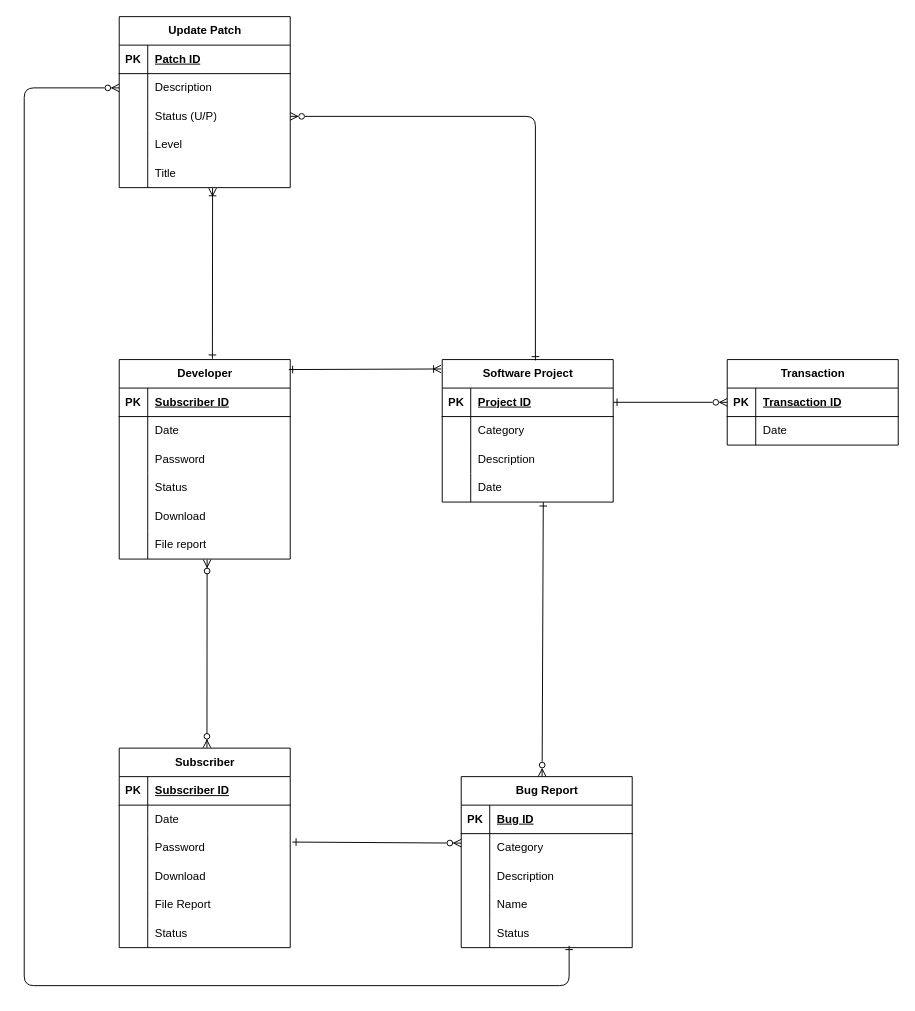
Above: Lawrence/ERD/erd.drawio in NerfedChou/ForClassmates (draw.io), before the change. Source tidied: cells renumbered, new cells numbered last; positions are measured from the earlier drawing's top-left corner, leaving out a move shared by most shapes. Both pictures are drawn from the tidied source at 95%, with x=0, y=0 at pixel (24, 16).
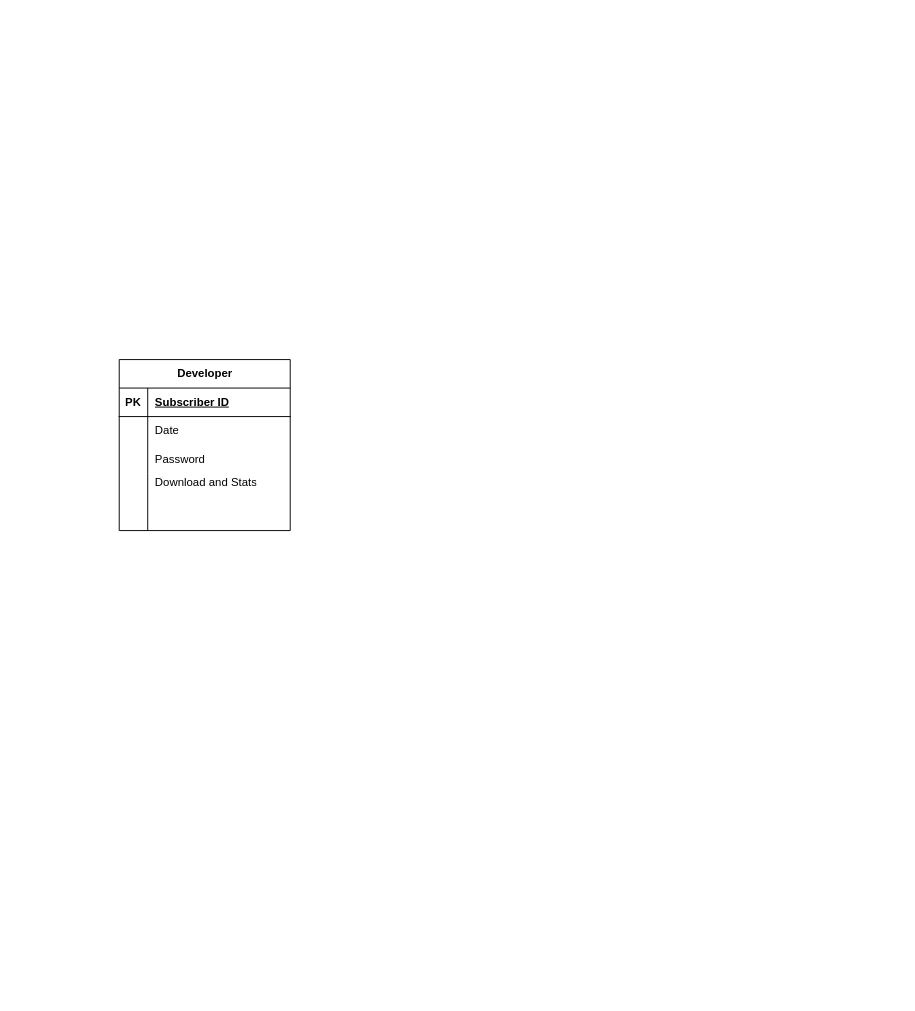
The same diagram, later.

What changed in the source:
```diff
@@
     <mxCell id="2" value="Developer" style="shape=table;startSize=30;childLayout=tableLayout;rowLines=0;fontStyle=1;align=center;html=1;" parent="1" vertex="1">
-      <mxGeometry x="100" y="361" width="180" height="210" as="geometry" />
+      <mxGeometry x="100" y="361" width="180" height="180" as="geometry" />
     </mxCell>
@@
-    <mxCell id="12" style="shape=tableRow;horizontal=0;startSize=0;swimlaneHead=0;swimlaneBody=0;fillColor=none;top=0;left=0;right=0;bottom=0;" parent="2" vertex="1">
-      <mxGeometry y="120" width="180" height="30" as="geometry" />
-    </mxCell>
-    <mxCell id="13" style="shape=partialRectangle;fillColor=none;top=0;left=0;bottom=0;right=0;overflow=hidden;whiteSpace=wrap;html=1;" parent="12" vertex="1">
-      <mxGeometry width="30" height="30" as="geometry" />
-    </mxCell>
-    <mxCell id="14" value="Status" style="shape=partialRectangle;fillColor=none;top=0;left=0;bottom=0;right=0;align=left;spacingLeft=6;overflow=hidden;whiteSpace=wrap;html=1;" parent="12" vertex="1">
-      <mxGeometry x="30" width="150" height="30" as="geometry" />
-    </mxCell>
     <mxCell id="15" style="shape=tableRow;horizontal=0;startSize=0;swimlaneHead=0;swimlaneBody=0;fillColor=none;top=0;left=0;right=0;bottom=0;" parent="2" vertex="1">
-      <mxGeometry y="150" width="180" height="30" as="geometry" />
+      <mxGeometry y="120" width="180" height="30" as="geometry" />
     </mxCell>
@@
-    <mxCell id="17" value="Download" style="shape=partialRectangle;fillColor=none;top=0;left=0;bottom=0;right=0;align=left;spacingLeft=6;overflow=hidden;whiteSpace=wrap;html=1;" parent="15" vertex="1">
+    <mxCell id="17" value="Download and Stats&lt;div&gt;&lt;br&gt;&lt;/div&gt;" style="shape=partialRectangle;fillColor=none;top=0;left=0;bottom=0;right=0;align=left;spacingLeft=6;overflow=hidden;whiteSpace=wrap;html=1;" parent="15" vertex="1">
       <mxGeometry x="30" width="150" height="30" as="geometry" />
     </mxCell>
     <mxCell id="18" style="shape=tableRow;horizontal=0;startSize=0;swimlaneHead=0;swimlaneBody=0;fillColor=none;points=[[0,0.5],[1,0.5]];portConstraint=eastwest;top=0;left=0;right=0;bottom=0;" parent="2" vertex="1">
-      <mxGeometry y="180" width="180" height="30" as="geometry" />
+      <mxGeometry y="150" width="180" height="30" as="geometry" />
     </mxCell>
@@
-    <mxCell id="20" value="File report" style="shape=partialRectangle;fillColor=none;top=0;left=0;bottom=0;right=0;align=left;spacingLeft=6;overflow=hidden;whiteSpace=wrap;html=1;" parent="18" vertex="1">
+    <mxCell id="20" style="shape=partialRectangle;fillColor=none;top=0;left=0;bottom=0;right=0;align=left;spacingLeft=6;overflow=hidden;whiteSpace=wrap;html=1;" parent="18" vertex="1">
       <mxGeometry x="30" width="150" height="30" as="geometry" />
     </mxCell>
-    <mxCell id="21" value="Software Project" style="shape=table;startSize=30;childLayout=tableLayout;rowLines=0;fontStyle=1;align=center;html=1;" parent="1" vertex="1">
-      <mxGeometry x="440" y="361" width="180" height="150" as="geometry" />
-    </mxCell>
-    <mxCell id="22" style="shape=tableRow;horizontal=0;startSize=0;swimlaneHead=0;swimlaneBody=0;fillColor=none;points=[[0,0.5],[1,0.5]];portConstraint=eastwest;top=0;left=0;right=0;bottom=1;" parent="21" vertex="1">
-      <mxGeometry y="30" width="180" height="30" as="geometry" />
-    </mxCell>
-    <mxCell id="23" value="PK" style="shape=partialRectangle;fillColor=none;top=0;left=0;bottom=0;right=0;fontStyle=1;overflow=hidden;whiteSpace=wrap;html=1;" parent="22" vertex="1">
-      <mxGeometry width="30" height="30" as="geometry" />
-    </mxCell>
-    <mxCell id="24" value="Project ID" style="shape=partialRectangle;fillColor=none;top=0;left=0;bottom=0;right=0;align=left;spacingLeft=6;fontStyle=5;overflow=hidden;whiteSpace=wrap;html=1;" parent="22" vertex="1">
-      <mxGeometry x="30" width="150" height="30" as="geometry" />
-    </mxCell>
-    <mxCell id="25" style="shape=tableRow;horizontal=0;startSize=0;swimlaneHead=0;swimlaneBody=0;fillColor=none;top=0;left=0;right=0;bottom=0;" parent="21" vertex="1">
-      <mxGeometry y="60" width="180" height="30" as="geometry" />
-    </mxCell>
-    <mxCell id="26" style="shape=partialRectangle;fillColor=none;top=0;left=0;bottom=0;right=0;overflow=hidden;whiteSpace=wrap;html=1;" parent="25" vertex="1">
-      <mxGeometry width="30" height="30" as="geometry" />
-    </mxCell>
-    <mxCell id="27" value="Category" style="shape=partialRectangle;fillColor=none;top=0;left=0;bottom=0;right=0;align=left;spacingLeft=6;overflow=hidden;whiteSpace=wrap;html=1;" parent="25" vertex="1">
-      <mxGeometry x="30" width="150" height="30" as="geometry" />
-    </mxCell>
-    <mxCell id="28" style="shape=tableRow;horizontal=0;startSize=0;swimlaneHead=0;swimlaneBody=0;fillColor=none;top=0;left=0;right=0;bottom=0;" parent="21" vertex="1">
-      <mxGeometry y="90" width="180" height="30" as="geometry" />
-    </mxCell>
-    <mxCell id="29" style="shape=partialRectangle;fillColor=none;top=0;left=0;bottom=0;right=0;overflow=hidden;whiteSpace=wrap;html=1;" parent="28" vertex="1">
-      <mxGeometry width="30" height="30" as="geometry" />
-    </mxCell>
-    <mxCell id="30" value="Description" style="shape=partialRectangle;fillColor=none;top=0;left=0;bottom=0;right=0;align=left;spacingLeft=6;overflow=hidden;whiteSpace=wrap;html=1;" parent="28" vertex="1">
-      <mxGeometry x="30" width="150" height="30" as="geometry" />
-    </mxCell>
-    <mxCell id="31" style="shape=tableRow;horizontal=0;startSize=0;swimlaneHead=0;swimlaneBody=0;fillColor=none;points=[[0,0.5],[1,0.5]];portConstraint=eastwest;top=0;left=0;right=0;bottom=0;" parent="21" vertex="1">
-      <mxGeometry y="120" width="180" height="30" as="geometry" />
-    </mxCell>
-    <mxCell id="32" style="shape=partialRectangle;fillColor=none;top=0;left=0;bottom=0;right=0;overflow=hidden;whiteSpace=wrap;html=1;" parent="31" vertex="1">
-      <mxGeometry width="30" height="30" as="geometry" />
-    </mxCell>
-    <mxCell id="33" value="Date" style="shape=partialRectangle;fillColor=none;top=0;left=0;bottom=0;right=0;align=left;spacingLeft=6;overflow=hidden;whiteSpace=wrap;html=1;" parent="31" vertex="1">
-      <mxGeometry x="30" width="150" height="30" as="geometry" />
-    </mxCell>
-    <mxCell id="34" style="fontSize=12;html=1;endArrow=ERoneToMany;startArrow=ERone;exitX=0.992;exitY=0.05;exitDx=0;exitDy=0;exitPerimeter=0;entryX=-0.006;entryY=0.066;entryDx=0;entryDy=0;entryPerimeter=0;startFill=0;endFill=0;" parent="1" edge="1" source="2" target="21">
-      <mxGeometry relative="1" as="geometry" />
-    </mxCell>
-    <mxCell id="35" value="Subscriber" style="shape=table;startSize=30;childLayout=tableLayout;rowLines=0;fontStyle=1;align=center;html=1;" parent="1" vertex="1">
-      <mxGeometry x="100" y="770" width="180" height="210" as="geometry" />
-    </mxCell>
-    <mxCell id="36" style="shape=tableRow;horizontal=0;startSize=0;swimlaneHead=0;swimlaneBody=0;fillColor=none;top=0;left=0;right=0;bottom=1;" parent="35" vertex="1">
-      <mxGeometry y="30" width="180" height="30" as="geometry" />
-    </mxCell>
-    <mxCell id="37" value="PK" style="shape=partialRectangle;fillColor=none;top=0;left=0;bottom=0;right=0;fontStyle=1;overflow=hidden;whiteSpace=wrap;html=1;" parent="36" vertex="1">
-      <mxGeometry width="30" height="30" as="geometry" />
-    </mxCell>
-    <mxCell id="38" value="Subscriber ID" style="shape=partialRectangle;fillColor=none;top=0;left=0;bottom=0;right=0;align=left;spacingLeft=6;fontStyle=5;overflow=hidden;whiteSpace=wrap;html=1;" parent="36" vertex="1">
-      <mxGeometry x="30" width="150" height="30" as="geometry" />
-    </mxCell>
-    <mxCell id="39" style="shape=tableRow;horizontal=0;startSize=0;swimlaneHead=0;swimlaneBody=0;fillColor=none;top=0;left=0;right=0;bottom=0;" parent="35" vertex="1">
-      <mxGeometry y="60" width="180" height="30" as="geometry" />
-    </mxCell>
-    <mxCell id="40" style="shape=partialRectangle;fillColor=none;top=0;left=0;bottom=0;right=0;overflow=hidden;whiteSpace=wrap;html=1;" parent="39" vertex="1">
-      <mxGeometry width="30" height="30" as="geometry" />
-    </mxCell>
-    <mxCell id="41" value="Date" style="shape=partialRectangle;fillColor=none;top=0;left=0;bottom=0;right=0;align=left;spacingLeft=6;overflow=hidden;whiteSpace=wrap;html=1;" parent="39" vertex="1">
-      <mxGeometry x="30" width="150" height="30" as="geometry" />
-    </mxCell>
-    <mxCell id="42" style="shape=tableRow;horizontal=0;startSize=0;swimlaneHead=0;swimlaneBody=0;fillColor=none;points=[[0,0.5],[1,0.5]];portConstraint=eastwest;top=0;left=0;right=0;bottom=0;" parent="35" vertex="1">
-      <mxGeometry y="90" width="180" height="30" as="geometry" />
-    </mxCell>
-    <mxCell id="43" style="shape=partialRectangle;fillColor=none;top=0;left=0;bottom=0;right=0;overflow=hidden;whiteSpace=wrap;html=1;" parent="42" vertex="1">
-      <mxGeometry width="30" height="30" as="geometry" />
-    </mxCell>
-    <mxCell id="44" value="Password" style="shape=partialRectangle;fillColor=none;top=0;left=0;bottom=0;right=0;align=left;spacingLeft=6;overflow=hidden;whiteSpace=wrap;html=1;" parent="42" vertex="1">
-      <mxGeometry x="30" width="150" height="30" as="geometry" />
-    </mxCell>
-    <mxCell id="45" style="shape=tableRow;horizontal=0;startSize=0;swimlaneHead=0;swimlaneBody=0;fillColor=none;top=0;left=0;right=0;bottom=0;" parent="35" vertex="1">
-      <mxGeometry y="120" width="180" height="30" as="geometry" />
-    </mxCell>
-    <mxCell id="46" style="shape=partialRectangle;fillColor=none;top=0;left=0;bottom=0;right=0;overflow=hidden;whiteSpace=wrap;html=1;" parent="45" vertex="1">
-      <mxGeometry width="30" height="30" as="geometry" />
-    </mxCell>
-    <mxCell id="47" value="Download" style="shape=partialRectangle;fillColor=none;top=0;left=0;bottom=0;right=0;align=left;spacingLeft=6;overflow=hidden;whiteSpace=wrap;html=1;" parent="45" vertex="1">
-      <mxGeometry x="30" width="150" height="30" as="geometry" />
-    </mxCell>
-    <mxCell id="48" style="shape=tableRow;horizontal=0;startSize=0;swimlaneHead=0;swimlaneBody=0;fillColor=none;top=0;left=0;right=0;bottom=0;" parent="35" vertex="1">
-      <mxGeometry y="150" width="180" height="30" as="geometry" />
-    </mxCell>
-    <mxCell id="49" style="shape=partialRectangle;fillColor=none;top=0;left=0;bottom=0;right=0;overflow=hidden;whiteSpace=wrap;html=1;" parent="48" vertex="1">
-      <mxGeometry width="30" height="30" as="geometry" />
-    </mxCell>
-    <mxCell id="50" value="File Report" style="shape=partialRectangle;fillColor=none;top=0;left=0;bottom=0;right=0;align=left;spacingLeft=6;overflow=hidden;whiteSpace=wrap;html=1;" parent="48" vertex="1">
-      <mxGeometry x="30" width="150" height="30" as="geometry" />
-    </mxCell>
-    <mxCell id="51" style="shape=tableRow;horizontal=0;startSize=0;swimlaneHead=0;swimlaneBody=0;fillColor=none;top=0;left=0;right=0;bottom=0;" parent="35" vertex="1">
-      <mxGeometry y="180" width="180" height="30" as="geometry" />
-    </mxCell>
-    <mxCell id="52" style="shape=partialRectangle;fillColor=none;top=0;left=0;bottom=0;right=0;overflow=hidden;whiteSpace=wrap;html=1;" parent="51" vertex="1">
-      <mxGeometry width="30" height="30" as="geometry" />
-    </mxCell>
-    <mxCell id="53" value="Status" style="shape=partialRectangle;fillColor=none;top=0;left=0;bottom=0;right=0;align=left;spacingLeft=6;overflow=hidden;whiteSpace=wrap;html=1;" parent="51" vertex="1">
-      <mxGeometry x="30" width="150" height="30" as="geometry" />
-    </mxCell>
-    <mxCell id="54" value="Bug Report" style="shape=table;startSize=30;childLayout=tableLayout;rowLines=0;fontStyle=1;align=center;html=1;" parent="1" vertex="1">
-      <mxGeometry x="460" y="800" width="180" height="180" as="geometry" />
-    </mxCell>
-    <mxCell id="55" style="shape=tableRow;horizontal=0;startSize=0;swimlaneHead=0;swimlaneBody=0;fillColor=none;top=0;left=0;right=0;bottom=1;" parent="54" vertex="1">
-      <mxGeometry y="30" width="180" height="30" as="geometry" />
-    </mxCell>
-    <mxCell id="56" value="PK" style="shape=partialRectangle;fillColor=none;top=0;left=0;bottom=0;right=0;fontStyle=1;overflow=hidden;whiteSpace=wrap;html=1;" parent="55" vertex="1">
-      <mxGeometry width="30" height="30" as="geometry" />
-    </mxCell>
-    <mxCell id="57" value="Bug ID" style="shape=partialRectangle;fillColor=none;top=0;left=0;bottom=0;right=0;align=left;spacingLeft=6;fontStyle=5;overflow=hidden;whiteSpace=wrap;html=1;" parent="55" vertex="1">
-      <mxGeometry x="30" width="150" height="30" as="geometry" />
-    </mxCell>
-    <mxCell id="58" style="shape=tableRow;horizontal=0;startSize=0;swimlaneHead=0;swimlaneBody=0;fillColor=none;points=[[0,0.5],[1,0.5]];portConstraint=eastwest;top=0;left=0;right=0;bottom=0;" parent="54" vertex="1">
-      <mxGeometry y="60" width="180" height="30" as="geometry" />
-    </mxCell>
-    <mxCell id="59" style="shape=partialRectangle;fillColor=none;top=0;left=0;bottom=0;right=0;overflow=hidden;whiteSpace=wrap;html=1;" parent="58" vertex="1">
-      <mxGeometry width="30" height="30" as="geometry" />
-    </mxCell>
-    <mxCell id="60" value="Category" style="shape=partialRectangle;fillColor=none;top=0;left=0;bottom=0;right=0;align=left;spacingLeft=6;overflow=hidden;whiteSpace=wrap;html=1;" parent="58" vertex="1">
-      <mxGeometry x="30" width="150" height="30" as="geometry" />
-    </mxCell>
-    <mxCell id="61" style="shape=tableRow;horizontal=0;startSize=0;swimlaneHead=0;swimlaneBody=0;fillColor=none;top=0;left=0;right=0;bottom=0;" parent="54" vertex="1">
-      <mxGeometry y="90" width="180" height="30" as="geometry" />
-    </mxCell>
-    <mxCell id="62" style="shape=partialRectangle;fillColor=none;top=0;left=0;bottom=0;right=0;overflow=hidden;whiteSpace=wrap;html=1;" parent="61" vertex="1">
-      <mxGeometry width="30" height="30" as="geometry" />
-    </mxCell>
-    <mxCell id="63" value="Description" style="shape=partialRectangle;fillColor=none;top=0;left=0;bottom=0;right=0;align=left;spacingLeft=6;overflow=hidden;whiteSpace=wrap;html=1;" parent="61" vertex="1">
-      <mxGeometry x="30" width="150" height="30" as="geometry" />
-    </mxCell>
-    <mxCell id="64" style="shape=tableRow;horizontal=0;startSize=0;swimlaneHead=0;swimlaneBody=0;fillColor=none;top=0;left=0;right=0;bottom=0;" parent="54" vertex="1">
-      <mxGeometry y="120" width="180" height="30" as="geometry" />
-    </mxCell>
-    <mxCell id="65" style="shape=partialRectangle;fillColor=none;top=0;left=0;bottom=0;right=0;overflow=hidden;whiteSpace=wrap;html=1;" parent="64" vertex="1">
-      <mxGeometry width="30" height="30" as="geometry" />
-    </mxCell>
-    <mxCell id="66" value="Name" style="shape=partialRectangle;fillColor=none;top=0;left=0;bottom=0;right=0;align=left;spacingLeft=6;overflow=hidden;whiteSpace=wrap;html=1;" parent="64" vertex="1">
-      <mxGeometry x="30" width="150" height="30" as="geometry" />
-    </mxCell>
-    <mxCell id="67" style="shape=tableRow;horizontal=0;startSize=0;swimlaneHead=0;swimlaneBody=0;fillColor=none;points=[[0,0.5],[1,0.5]];portConstraint=eastwest;top=0;left=0;right=0;bottom=0;" parent="54" vertex="1">
-      <mxGeometry y="150" width="180" height="30" as="geometry" />
-    </mxCell>
-    <mxCell id="68" style="shape=partialRectangle;fillColor=none;top=0;left=0;bottom=0;right=0;overflow=hidden;whiteSpace=wrap;html=1;" parent="67" vertex="1">
-      <mxGeometry width="30" height="30" as="geometry" />
-    </mxCell>
-    <mxCell id="69" value="Status" style="shape=partialRectangle;fillColor=none;top=0;left=0;bottom=0;right=0;align=left;spacingLeft=6;overflow=hidden;whiteSpace=wrap;html=1;" parent="67" vertex="1">
-      <mxGeometry x="30" width="150" height="30" as="geometry" />
-    </mxCell>
-    <mxCell id="70" value="Update Patch" style="shape=table;startSize=30;childLayout=tableLayout;rowLines=0;fontStyle=1;align=center;html=1;" parent="1" vertex="1">
-      <mxGeometry x="100" width="180" height="180" as="geometry" />
-    </mxCell>
-    <mxCell id="71" style="shape=tableRow;horizontal=0;startSize=0;swimlaneHead=0;swimlaneBody=0;fillColor=none;top=0;left=0;right=0;bottom=1;" parent="70" vertex="1">
-      <mxGeometry y="30" width="180" height="30" as="geometry" />
-    </mxCell>
-    <mxCell id="72" value="PK" style="shape=partialRectangle;fillColor=none;top=0;left=0;bottom=0;right=0;fontStyle=1;overflow=hidden;whiteSpace=wrap;html=1;" parent="71" vertex="1">
-      <mxGeometry width="30" height="30" as="geometry" />
-    </mxCell>
-    <mxCell id="73" value="Patch ID" style="shape=partialRectangle;fillColor=none;top=0;left=0;bottom=0;right=0;align=left;spacingLeft=6;fontStyle=5;overflow=hidden;whiteSpace=wrap;html=1;" parent="71" vertex="1">
-      <mxGeometry x="30" width="150" height="30" as="geometry" />
-    </mxCell>
-    <mxCell id="74" style="shape=tableRow;horizontal=0;startSize=0;swimlaneHead=0;swimlaneBody=0;fillColor=none;points=[[0,0.5],[1,0.5]];portConstraint=eastwest;top=0;left=0;right=0;bottom=0;" parent="70" vertex="1">
-      <mxGeometry y="60" width="180" height="30" as="geometry" />
-    </mxCell>
-    <mxCell id="75" style="shape=partialRectangle;fillColor=none;top=0;left=0;bottom=0;right=0;overflow=hidden;whiteSpace=wrap;html=1;" parent="74" vertex="1">
-      <mxGeometry width="30" height="30" as="geometry" />
-    </mxCell>
-    <mxCell id="76" value="Description" style="shape=partialRectangle;fillColor=none;top=0;left=0;bottom=0;right=0;align=left;spacingLeft=6;overflow=hidden;whiteSpace=wrap;html=1;" parent="74" vertex="1">
-      <mxGeometry x="30" width="150" height="30" as="geometry" />
-    </mxCell>
-    <mxCell id="77" style="shape=tableRow;horizontal=0;startSize=0;swimlaneHead=0;swimlaneBody=0;fillColor=none;points=[[0,0.5],[1,0.5]];portConstraint=eastwest;top=0;left=0;right=0;bottom=0;" parent="70" vertex="1">
-      <mxGeometry y="90" width="180" height="30" as="geometry" />
-    </mxCell>
-    <mxCell id="78" style="shape=partialRectangle;fillColor=none;top=0;left=0;bottom=0;right=0;overflow=hidden;whiteSpace=wrap;html=1;" parent="77" vertex="1">
-      <mxGeometry width="30" height="30" as="geometry" />
-    </mxCell>
-    <mxCell id="79" value="Status (U/P)" style="shape=partialRectangle;fillColor=none;top=0;left=0;bottom=0;right=0;align=left;spacingLeft=6;overflow=hidden;whiteSpace=wrap;html=1;" parent="77" vertex="1">
-      <mxGeometry x="30" width="150" height="30" as="geometry" />
-    </mxCell>
-    <mxCell id="80" style="shape=tableRow;horizontal=0;startSize=0;swimlaneHead=0;swimlaneBody=0;fillColor=none;top=0;left=0;right=0;bottom=0;" parent="70" vertex="1">
-      <mxGeometry y="120" width="180" height="30" as="geometry" />
-    </mxCell>
-    <mxCell id="81" style="shape=partialRectangle;fillColor=none;top=0;left=0;bottom=0;right=0;overflow=hidden;whiteSpace=wrap;html=1;" parent="80" vertex="1">
-      <mxGeometry width="30" height="30" as="geometry" />
-    </mxCell>
-    <mxCell id="82" value="Level" style="shape=partialRectangle;fillColor=none;top=0;left=0;bottom=0;right=0;align=left;spacingLeft=6;overflow=hidden;whiteSpace=wrap;html=1;" parent="80" vertex="1">
-      <mxGeometry x="30" width="150" height="30" as="geometry" />
-    </mxCell>
-    <mxCell id="83" style="shape=tableRow;horizontal=0;startSize=0;swimlaneHead=0;swimlaneBody=0;fillColor=none;points=[[0,0.5],[1,0.5]];portConstraint=eastwest;top=0;left=0;right=0;bottom=0;" parent="70" vertex="1">
-      <mxGeometry y="150" width="180" height="30" as="geometry" />
-    </mxCell>
-    <mxCell id="84" style="shape=partialRectangle;fillColor=none;top=0;left=0;bottom=0;right=0;overflow=hidden;whiteSpace=wrap;html=1;" parent="83" vertex="1">
-      <mxGeometry width="30" height="30" as="geometry" />
-    </mxCell>
-    <mxCell id="85" value="Title" style="shape=partialRectangle;fillColor=none;top=0;left=0;bottom=0;right=0;align=left;spacingLeft=6;overflow=hidden;whiteSpace=wrap;html=1;" parent="83" vertex="1">
-      <mxGeometry x="30" width="150" height="30" as="geometry" />
-    </mxCell>
-    <mxCell id="86" value="Transaction" style="shape=table;startSize=30;childLayout=tableLayout;rowLines=0;fontStyle=1;align=center;html=1;" parent="1" vertex="1">
-      <mxGeometry x="740" y="361" width="180" height="90" as="geometry" />
-    </mxCell>
-    <mxCell id="87" style="shape=tableRow;horizontal=0;startSize=0;swimlaneHead=0;swimlaneBody=0;fillColor=none;points=[[0,0.5],[1,0.5]];portConstraint=eastwest;top=0;left=0;right=0;bottom=1;" parent="86" vertex="1">
-      <mxGeometry y="30" width="180" height="30" as="geometry" />
-    </mxCell>
-    <mxCell id="88" value="PK" style="shape=partialRectangle;fillColor=none;top=0;left=0;bottom=0;right=0;fontStyle=1;overflow=hidden;whiteSpace=wrap;html=1;" parent="87" vertex="1">
-      <mxGeometry width="30" height="30" as="geometry" />
-    </mxCell>
-    <mxCell id="89" value="Transaction ID" style="shape=partialRectangle;fillColor=none;top=0;left=0;bottom=0;right=0;align=left;spacingLeft=6;fontStyle=5;overflow=hidden;whiteSpace=wrap;html=1;" parent="87" vertex="1">
-      <mxGeometry x="30" width="150" height="30" as="geometry" />
-    </mxCell>
-    <mxCell id="90" style="shape=tableRow;horizontal=0;startSize=0;swimlaneHead=0;swimlaneBody=0;fillColor=none;top=0;left=0;right=0;bottom=0;" parent="86" vertex="1">
-      <mxGeometry y="60" width="180" height="30" as="geometry" />
-    </mxCell>
-    <mxCell id="91" style="shape=partialRectangle;fillColor=none;top=0;left=0;bottom=0;right=0;overflow=hidden;whiteSpace=wrap;html=1;" parent="90" vertex="1">
-      <mxGeometry width="30" height="30" as="geometry" />
-    </mxCell>
-    <mxCell id="92" value="Date" style="shape=partialRectangle;fillColor=none;top=0;left=0;bottom=0;right=0;align=left;spacingLeft=6;overflow=hidden;whiteSpace=wrap;html=1;" parent="90" vertex="1">
-      <mxGeometry x="30" width="150" height="30" as="geometry" />
-    </mxCell>
-    <mxCell id="93" style="fontSize=12;html=1;endArrow=ERzeroToMany;endFill=1;startArrow=ERzeroToMany;entryX=0.514;entryY=1.018;entryDx=0;entryDy=0;entryPerimeter=0;exitX=0.513;exitY=-0.002;exitDx=0;exitDy=0;exitPerimeter=0;" parent="1" edge="1" source="35" target="18">
-      <mxGeometry relative="1" as="geometry" />
-    </mxCell>
-    <mxCell id="94" style="fontSize=12;html=1;endArrow=ERoneToMany;startArrow=ERone;exitX=0.545;exitY=-0.004;exitDx=0;exitDy=0;exitPerimeter=0;entryX=0.546;entryY=1.019;entryDx=0;entryDy=0;entryPerimeter=0;startFill=0;endFill=0;" parent="1" edge="1" source="2" target="83">
-      <mxGeometry relative="1" as="geometry" />
-    </mxCell>
-    <mxCell id="95" style="fontSize=12;html=1;endArrow=ERzeroToMany;startArrow=ERone;exitX=0.545;exitY=0.006;exitDx=0;exitDy=0;startFill=0;endFill=0;edgeStyle=orthogonalEdgeStyle;exitPerimeter=0;entryX=1;entryY=0.5;entryDx=0;entryDy=0;" parent="1" edge="1" source="21" target="77">
-      <mxGeometry relative="1" as="geometry" />
-    </mxCell>
-    <mxCell id="96" style="fontSize=12;html=1;endArrow=ERzeroToMany;startArrow=ERone;exitX=0.591;exitY=1.005;exitDx=0;exitDy=0;startFill=0;endFill=0;exitPerimeter=0;entryX=0.473;entryY=-0.001;entryDx=0;entryDy=0;entryPerimeter=0;" parent="1" edge="1" source="31" target="54">
-      <mxGeometry relative="1" as="geometry" />
-    </mxCell>
-    <mxCell id="97" style="fontSize=12;html=1;endArrow=ERzeroToMany;startArrow=ERone;exitX=0.631;exitY=0.936;exitDx=0;exitDy=0;startFill=0;endFill=0;edgeStyle=orthogonalEdgeStyle;exitPerimeter=0;entryX=0;entryY=0.5;entryDx=0;entryDy=0;" parent="1" edge="1" source="67" target="74">
-      <mxGeometry relative="1" as="geometry">
-        <Array as="points">
-          <mxPoint x="574" y="1020" />
-          <mxPoint y="1020" />
-          <mxPoint y="75" />
-        </Array>
-      </mxGeometry>
-    </mxCell>
-    <mxCell id="98" style="fontSize=12;html=1;endArrow=ERzeroToMany;startArrow=ERone;exitX=1;exitY=0.5;exitDx=0;exitDy=0;startFill=0;endFill=0;entryX=0;entryY=0.5;entryDx=0;entryDy=0;" parent="1" edge="1" source="22" target="87">
-      <mxGeometry relative="1" as="geometry" />
-    </mxCell>
-    <mxCell id="99" style="fontSize=12;html=1;endArrow=ERzeroToMany;startArrow=ERone;exitX=1.012;exitY=0.296;exitDx=0;exitDy=0;startFill=0;endFill=0;exitPerimeter=0;entryX=0;entryY=0.333;entryDx=0;entryDy=0;entryPerimeter=0;" parent="1" edge="1" source="42" target="58">
-      <mxGeometry relative="1" as="geometry" />
-    </mxCell>
```
